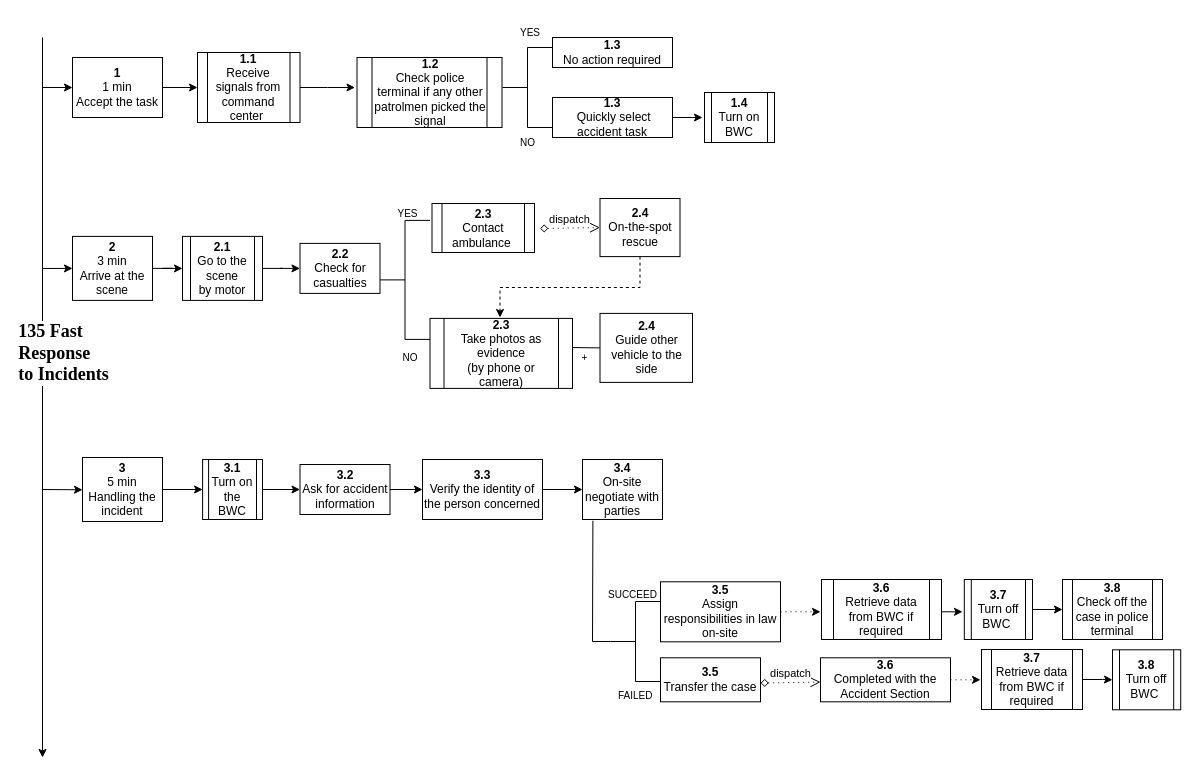
Before: page "135" (2 of 7) of HTA_serious.drawio in PsychDuan/InfoVisual, a draw.io diagram. Source tidied: cells renumbered, new cells numbered last; positions are measured from the earlier drawing's top-left corner, leaving out a move shared by most shapes. Both pictures are drawn from the tidied source at 100%, with x=0, y=0 at pixel (42, 17).
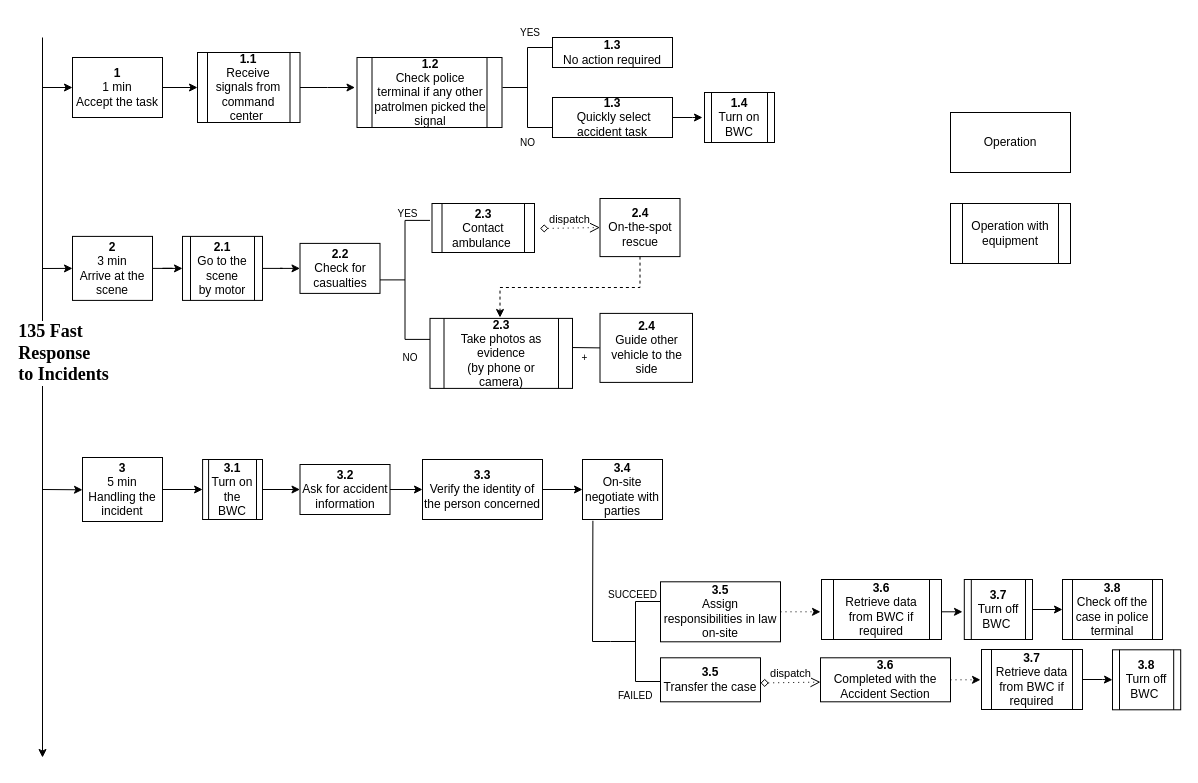
The same page after the edit.

Change to the diagram source:
```diff
@@
+    <mxCell id="80" value="Operation with equipment" style="shape=process;whiteSpace=wrap;html=1;backgroundOutline=1;strokeColor=#000000;fillColor=#FFFFFF;" parent="1" vertex="1">
+      <mxGeometry x="908" y="186" width="120" height="60" as="geometry" />
+    </mxCell>
+    <mxCell id="81" value="Operation" style="rounded=0;whiteSpace=wrap;html=1;strokeColor=#000000;fillColor=#FFFFFF;" parent="1" vertex="1">
+      <mxGeometry x="908" y="95" width="120" height="60" as="geometry" />
+    </mxCell>
```
